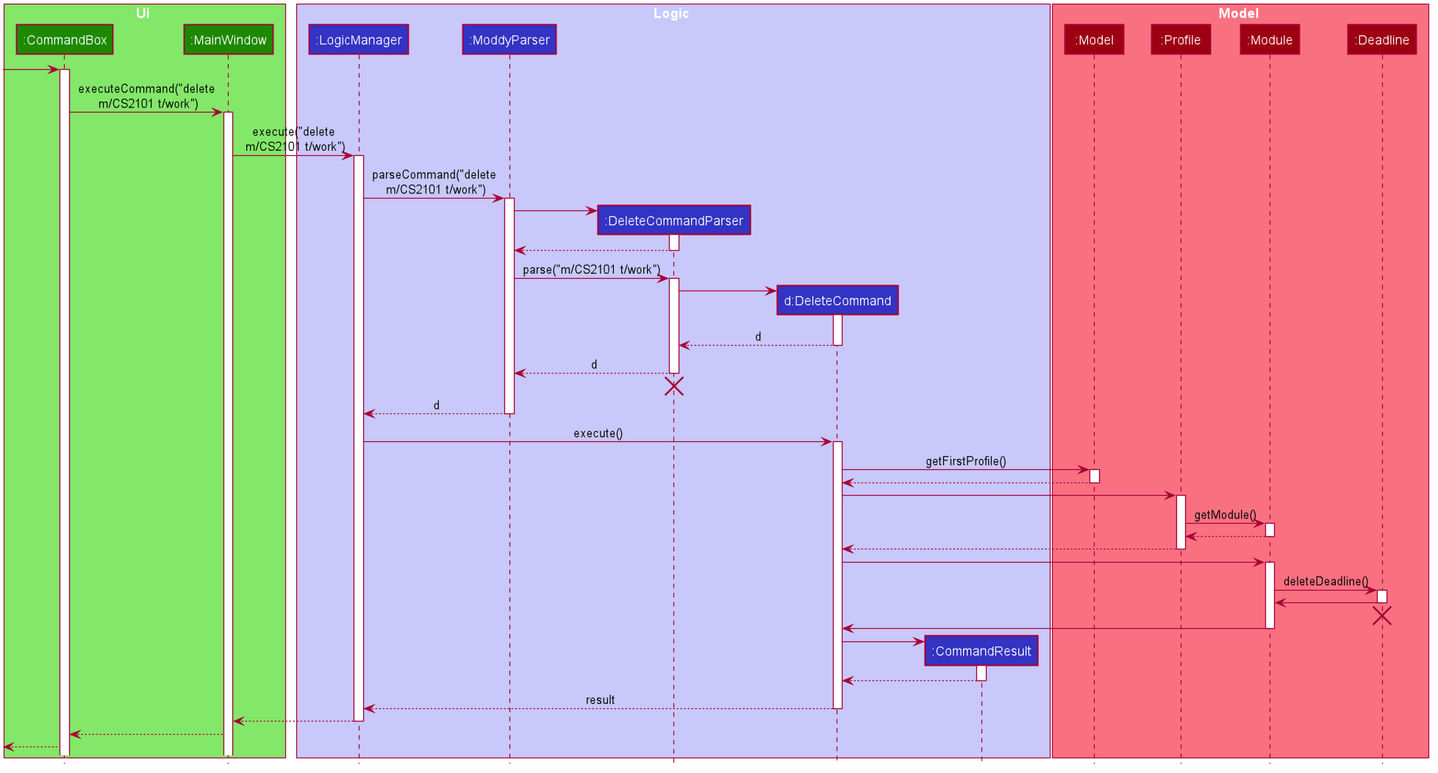
This is docs/images/DeleteDeadlineSequenceDiagram.png from nus-cs2103-AY1920S2/addressbook-level3, a PlantUML export, as it was before one commit. Its diagram source:
```plantuml
@startuml








skinparam BackgroundColor #FFFFFFF

skinparam Shadowing false

skinparam Class {
    FontColor #FFFFFF
    BorderThickness 1
    BorderColor #FFFFFF
    StereotypeFontColor #FFFFFF
    FontName Arial
}

skinparam Actor {
    BorderColor #000000
    Color #000000
    FontName Arial
}

skinparam Sequence {
    MessageAlign center
    BoxFontSize 15
    BoxPadding 0
    BoxFontColor #FFFFFF
    FontName Arial
}

skinparam Participant {
    FontColor #FFFFFFF
    Padding 20
}

skinparam MinClassWidth 50
skinparam ParticipantPadding 10
skinparam Shadowing false
skinparam DefaultTextAlignment center
skinparam packageStyle Rectangle

hide footbox
hide members
hide circle

box Ui #83E769
participant ":CommandBox" as CommandBox #1D8900
participant ":MainWindow" as MainWindow #1D8900
end box

box Logic #C8C8FA
participant ":LogicManager" as LogicManager #3333C4
participant ":ModdyParser" as ModdyParser #3333C4
participant ":DeleteCommandParser" as DeleteCommandParser #3333C4
participant "d:DeleteCommand" as DeleteCommand #3333C4
participant ":CommandResult" as CommandResult #3333C4
end box

box Model #F97181
participant ":Model" as Model #9D0012
participant ":Profile" as Profile #9D0012
participant ":Module" as Module #9D0012
participant ":Deadline" as Deadline #9D0012
end box

[-> CommandBox
activate CommandBox

CommandBox -> MainWindow : executeCommand("delete\n m/CS2101 t/work")
activate MainWindow

MainWindow -> LogicManager : execute("delete\n m/CS2101 t/work")
activate LogicManager

LogicManager -> ModdyParser : parseCommand("delete\n m/CS2101 t/work")
activate ModdyParser

create DeleteCommandParser
ModdyParser -> DeleteCommandParser
activate DeleteCommandParser

DeleteCommandParser --> ModdyParser
deactivate DeleteCommandParser

ModdyParser -> DeleteCommandParser : parse("m/CS2101 t/work")
activate DeleteCommandParser

create DeleteCommand
DeleteCommandParser -> DeleteCommand
activate DeleteCommand

DeleteCommand --> DeleteCommandParser : d
deactivate DeleteCommand

DeleteCommandParser --> ModdyParser : d
deactivate DeleteCommandParser
DeleteCommandParser -[hidden]-> ModdyParser
destroy DeleteCommandParser

ModdyParser --> LogicManager : d
deactivate ModdyParser

LogicManager -> DeleteCommand : execute()
activate DeleteCommand

DeleteCommand -> Model : getFirstProfile()
activate Model

Model --> DeleteCommand
deactivate Model

DeleteCommand -> Profile
activate Profile

Profile -> Module : getModule()
activate Module

Module --> Profile
deactivate Module

Profile --> DeleteCommand
deactivate Profile

DeleteCommand -> Module
activate Module

Module -> Deadline : deleteDeadline()
activate Deadline

Deadline -> Module
deactivate Deadline
Deadline -[hidden]-> Module
destroy Deadline

Module -> DeleteCommand
deactivate Module

create CommandResult
DeleteCommand -> CommandResult
activate CommandResult

CommandResult --> DeleteCommand
deactivate CommandResult

DeleteCommand --> LogicManager : result
deactivate DeleteCommand

LogicManager --> MainWindow
deactivate LogicManager

MainWindow --> CommandBox

[<-- CommandBox
@enduml
```
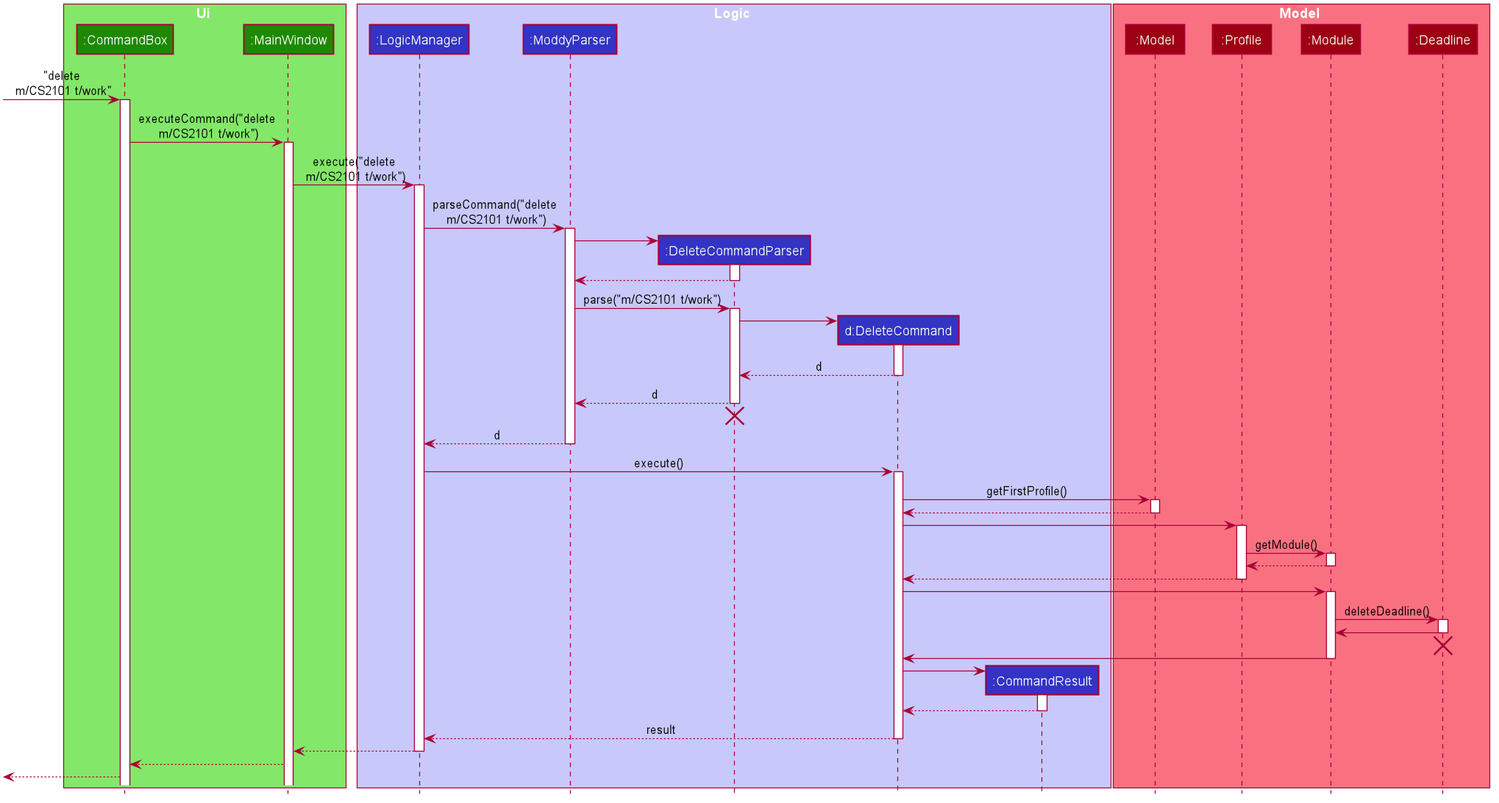
Above is the later version.

Commit message:
Update delete sequence diagram

The edit, as a diff of the source:
```diff
@@ -68,7 +68,7 @@
 participant ":Deadline" as Deadline #9D0012
 end box
 
-[-> CommandBox
+[-> CommandBox : "delete\n m/CS2101 t/work"
 activate CommandBox
 
 CommandBox -> MainWindow : executeCommand("delete\n m/CS2101 t/work")
```
